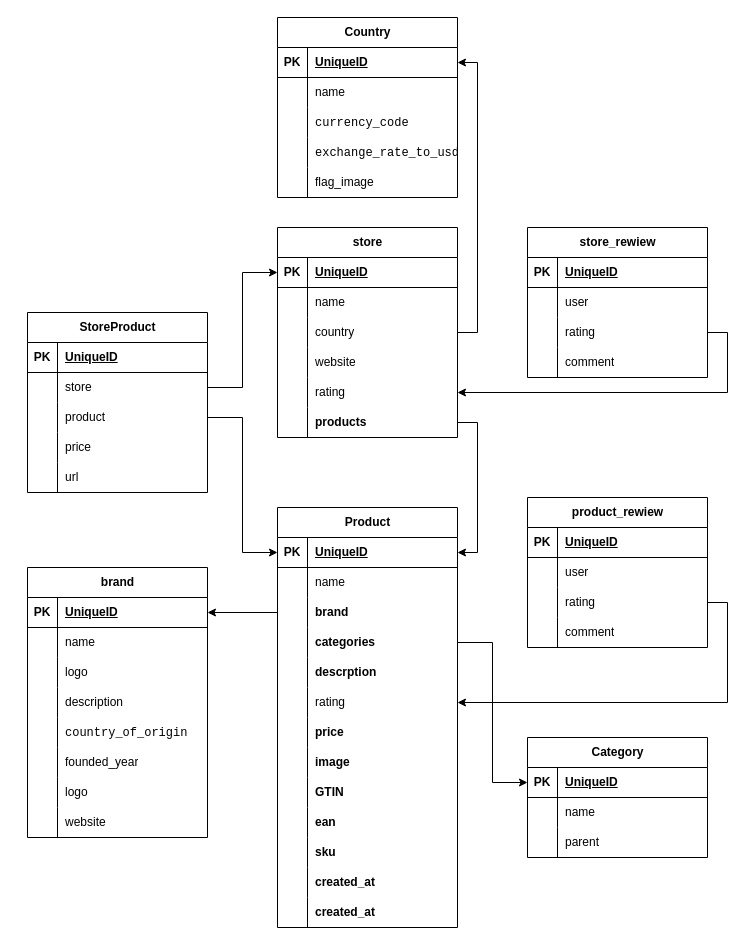
Earlier version of the draw.io diagram database_relationship.drawio (SpasiboVadya/work_with_files). Source tidied: cells renumbered, new cells numbered last; positions are measured from the earlier drawing's top-left corner, leaving out a move shared by most shapes. Both pictures are drawn from the tidied source at 100%, with x=0, y=0 at pixel (27, 17).
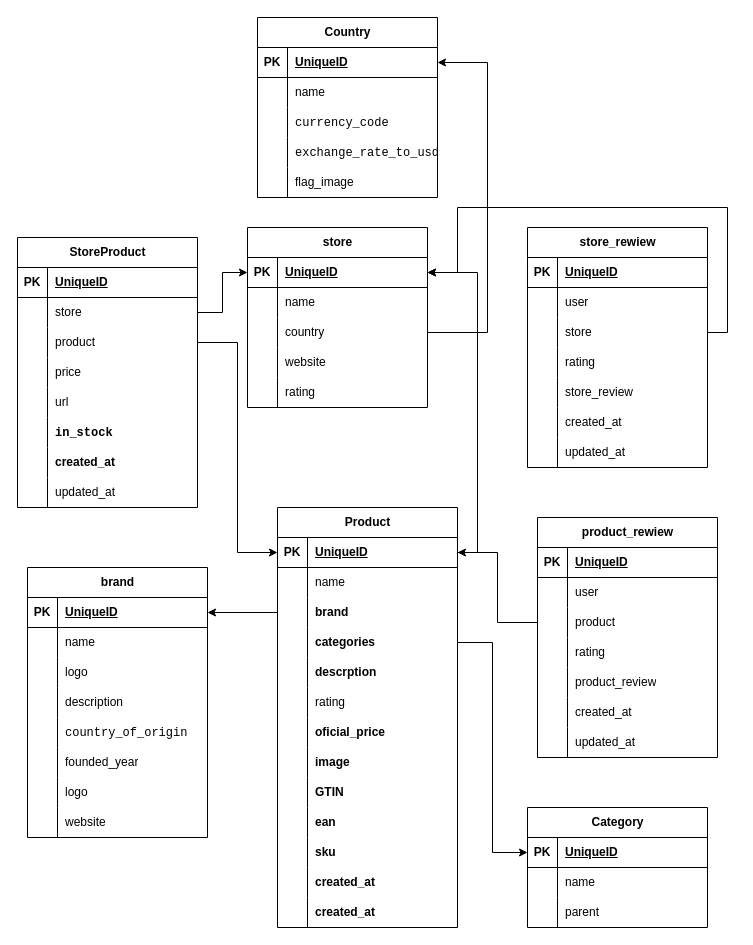
The same page after the edit.

Unchanged cells that the change refers to:
```xml
<mxCell id="3" style="shape=tableRow;horizontal=0;startSize=0;swimlaneHead=0;swimlaneBody=0;fillColor=none;points=[[0,0.5],[1,0.5]];portConstraint=eastwest;top=0;left=0;right=0;bottom=1;" parent="2" vertex="1">
  <mxGeometry y="30" width="180" height="30" as="geometry" />
</mxCell>
<mxCell id="18" style="shape=tableRow;horizontal=0;startSize=0;swimlaneHead=0;swimlaneBody=0;fillColor=none;points=[[0,0.5],[1,0.5]];portConstraint=eastwest;top=0;left=0;right=0;bottom=0;" parent="2" vertex="1">
  <mxGeometry y="180" width="180" height="30" as="geometry" />
</mxCell>
<mxCell id="21" style="shape=tableRow;horizontal=0;startSize=0;swimlaneHead=0;swimlaneBody=0;fillColor=none;top=0;left=0;right=0;bottom=0;" parent="2" vertex="1">
  <mxGeometry y="210" width="180" height="30" as="geometry" />
</mxCell>
<mxCell id="43" style="shape=tableRow;horizontal=0;startSize=0;swimlaneHead=0;swimlaneBody=0;fillColor=none;points=[[0,0.5],[1,0.5]];portConstraint=eastwest;top=0;left=0;right=0;bottom=1;" parent="42" vertex="1">
  <mxGeometry y="30" width="180" height="30" as="geometry" />
</mxCell>
<mxCell id="84" style="shape=tableRow;horizontal=0;startSize=0;swimlaneHead=0;swimlaneBody=0;fillColor=none;points=[[0,0.5],[1,0.5]];portConstraint=eastwest;top=0;left=0;right=0;bottom=1;" parent="83" vertex="1">
  <mxGeometry y="30" width="180" height="30" as="geometry" />
</mxCell>
<mxCell id="90" style="shape=tableRow;horizontal=0;startSize=0;swimlaneHead=0;swimlaneBody=0;fillColor=none;points=[[0,0.5],[1,0.5]];portConstraint=eastwest;top=0;left=0;right=0;bottom=0;" parent="83" vertex="1">
  <mxGeometry y="90" width="180" height="30" as="geometry" />
</mxCell>
<mxCell id="96" style="shape=tableRow;horizontal=0;startSize=0;swimlaneHead=0;swimlaneBody=0;fillColor=none;points=[[0,0.5],[1,0.5]];portConstraint=eastwest;top=0;left=0;right=0;bottom=0;" parent="83" vertex="1">
  <mxGeometry y="150" width="180" height="30" as="geometry" />
</mxCell>
<mxCell id="151" style="shape=tableRow;horizontal=0;startSize=0;swimlaneHead=0;swimlaneBody=0;fillColor=none;top=0;left=0;right=0;bottom=0;" parent="147" vertex="1">
  <mxGeometry y="60" width="180" height="30" as="geometry" />
</mxCell>
```

What changed in the source:
```diff
@@
-    <mxCell id="23" value="&lt;div style=&quot;text-align: center;&quot;&gt;&lt;span style=&quot;background-color: transparent; text-wrap-mode: nowrap;&quot;&gt;&lt;b&gt;price&amp;nbsp;&lt;/b&gt;&lt;/span&gt;&lt;/div&gt;" style="shape=partialRectangle;fillColor=none;top=0;left=0;bottom=0;right=0;align=left;spacingLeft=6;overflow=hidden;whiteSpace=wrap;html=1;" parent="21" vertex="1">
+    <mxCell id="23" value="&lt;div style=&quot;text-align: center;&quot;&gt;&lt;span style=&quot;background-color: transparent; text-wrap-mode: nowrap;&quot;&gt;&lt;b&gt;oficial_price&amp;nbsp;&lt;/b&gt;&lt;/span&gt;&lt;/div&gt;" style="shape=partialRectangle;fillColor=none;top=0;left=0;bottom=0;right=0;align=left;spacingLeft=6;overflow=hidden;whiteSpace=wrap;html=1;" parent="21" vertex="1">
       <mxGeometry x="30" width="150" height="30" as="geometry" />
     </mxCell>
@@
     <mxCell id="42" value="Country" style="shape=table;startSize=30;childLayout=tableLayout;rowLines=0;fontStyle=1;align=center;html=1;" parent="1" vertex="1">
-      <mxGeometry x="250" width="180" height="180" as="geometry" />
+      <mxGeometry x="230" width="180" height="180" as="geometry" />
     </mxCell>
@@
     <mxCell id="83" value="store" style="shape=table;startSize=30;childLayout=tableLayout;rowLines=0;fontStyle=1;align=center;html=1;" parent="1" vertex="1">
-      <mxGeometry x="250" y="210" width="180" height="210" as="geometry" />
+      <mxGeometry x="220" y="210" width="180" height="180" as="geometry" />
     </mxCell>
@@
-    <mxCell id="99" style="shape=tableRow;horizontal=0;startSize=0;swimlaneHead=0;swimlaneBody=0;fillColor=none;points=[[0,0.5],[1,0.5]];portConstraint=eastwest;top=0;left=0;right=0;bottom=0;" parent="83" vertex="1">
-      <mxGeometry y="180" width="180" height="30" as="geometry" />
-    </mxCell>
-    <mxCell id="100" style="shape=partialRectangle;fillColor=none;top=0;left=0;bottom=0;right=0;overflow=hidden;whiteSpace=wrap;html=1;" parent="99" vertex="1">
-      <mxGeometry width="30" height="30" as="geometry" />
-    </mxCell>
-    <mxCell id="101" value="&lt;span style=&quot;font-weight: 700; text-align: center; text-wrap-mode: nowrap;&quot;&gt;products&lt;/span&gt;" style="shape=partialRectangle;fillColor=none;top=0;left=0;bottom=0;right=0;align=left;spacingLeft=6;overflow=hidden;whiteSpace=wrap;html=1;" parent="99" vertex="1">
-      <mxGeometry x="30" width="150" height="30" as="geometry" />
-    </mxCell>
     <mxCell id="102" value="Category" style="shape=table;startSize=30;childLayout=tableLayout;rowLines=0;fontStyle=1;align=center;html=1;" parent="1" vertex="1">
-      <mxGeometry x="500" y="720" width="180" height="120" as="geometry" />
+      <mxGeometry x="500" y="790" width="180" height="120" as="geometry" />
     </mxCell>
@@
-    <mxCell id="112" style="edgeStyle=orthogonalEdgeStyle;rounded=0;jettySize=auto;html=1;exitX=1;exitY=0.5;exitDx=0;exitDy=0;entryX=1;entryY=0.5;entryDx=0;entryDy=0;" parent="1" edge="1" source="99" target="3">
-      <mxGeometry relative="1" as="geometry" />
-    </mxCell>
@@
     <mxCell id="115" value="StoreProduct" style="shape=table;startSize=30;childLayout=tableLayout;rowLines=0;fontStyle=1;align=center;html=1;" parent="1" vertex="1">
-      <mxGeometry y="295" width="180" height="180" as="geometry" />
+      <mxGeometry x="-10" y="220" width="180" height="270" as="geometry" />
     </mxCell>
@@
+    <mxCell id="162" style="shape=tableRow;horizontal=0;startSize=0;swimlaneHead=0;swimlaneBody=0;fillColor=none;top=0;left=0;right=0;bottom=0;" parent="115" vertex="1">
+      <mxGeometry y="150" width="180" height="30" as="geometry" />
+    </mxCell>
+    <mxCell id="163" style="shape=partialRectangle;fillColor=none;top=0;left=0;bottom=0;right=0;overflow=hidden;whiteSpace=wrap;html=1;" parent="162" vertex="1">
+      <mxGeometry width="30" height="30" as="geometry" />
+    </mxCell>
+    <mxCell id="164" value="url&amp;nbsp;" style="shape=partialRectangle;fillColor=none;top=0;left=0;bottom=0;right=0;align=left;spacingLeft=6;overflow=hidden;whiteSpace=wrap;html=1;" parent="162" vertex="1">
+      <mxGeometry x="30" width="150" height="30" as="geometry" />
+    </mxCell>
+    <mxCell id="165" style="shape=tableRow;horizontal=0;startSize=0;swimlaneHead=0;swimlaneBody=0;fillColor=none;top=0;left=0;right=0;bottom=0;" parent="115" vertex="1">
+      <mxGeometry y="180" width="180" height="30" as="geometry" />
+    </mxCell>
+    <mxCell id="166" style="shape=partialRectangle;fillColor=none;top=0;left=0;bottom=0;right=0;overflow=hidden;whiteSpace=wrap;html=1;" parent="165" vertex="1">
+      <mxGeometry width="30" height="30" as="geometry" />
+    </mxCell>
+    <mxCell id="167" value="&lt;strong&gt;&lt;code&gt;in_stock&lt;/code&gt;&lt;/strong&gt;" style="shape=partialRectangle;fillColor=none;top=0;left=0;bottom=0;right=0;align=left;spacingLeft=6;overflow=hidden;whiteSpace=wrap;html=1;" parent="165" vertex="1">
+      <mxGeometry x="30" width="150" height="30" as="geometry" />
+    </mxCell>
+    <mxCell id="168" style="shape=tableRow;horizontal=0;startSize=0;swimlaneHead=0;swimlaneBody=0;fillColor=none;top=0;left=0;right=0;bottom=0;" parent="115" vertex="1">
+      <mxGeometry y="210" width="180" height="30" as="geometry" />
+    </mxCell>
+    <mxCell id="169" style="shape=partialRectangle;fillColor=none;top=0;left=0;bottom=0;right=0;overflow=hidden;whiteSpace=wrap;html=1;" parent="168" vertex="1">
+      <mxGeometry width="30" height="30" as="geometry" />
+    </mxCell>
+    <mxCell id="170" value="&lt;b style=&quot;text-align: center; text-wrap-mode: nowrap;&quot;&gt;created_at&amp;nbsp;&lt;/b&gt;" style="shape=partialRectangle;fillColor=none;top=0;left=0;bottom=0;right=0;align=left;spacingLeft=6;overflow=hidden;whiteSpace=wrap;html=1;" parent="168" vertex="1">
+      <mxGeometry x="30" width="150" height="30" as="geometry" />
+    </mxCell>
     <mxCell id="128" style="shape=tableRow;horizontal=0;startSize=0;swimlaneHead=0;swimlaneBody=0;fillColor=none;top=0;left=0;right=0;bottom=0;" parent="115" vertex="1">
-      <mxGeometry y="150" width="180" height="30" as="geometry" />
+      <mxGeometry y="240" width="180" height="30" as="geometry" />
     </mxCell>
@@
-    <mxCell id="130" value="url&amp;nbsp;" style="shape=partialRectangle;fillColor=none;top=0;left=0;bottom=0;right=0;align=left;spacingLeft=6;overflow=hidden;whiteSpace=wrap;html=1;" parent="128" vertex="1">
+    <mxCell id="130" value="updated_at" style="shape=partialRectangle;fillColor=none;top=0;left=0;bottom=0;right=0;align=left;spacingLeft=6;overflow=hidden;whiteSpace=wrap;html=1;" parent="128" vertex="1">
       <mxGeometry x="30" width="150" height="30" as="geometry" />
     </mxCell>
@@
     <mxCell id="133" value="store_rewiew" style="shape=table;startSize=30;childLayout=tableLayout;rowLines=0;fontStyle=1;align=center;html=1;" parent="1" vertex="1">
-      <mxGeometry x="500" y="210" width="180" height="150" as="geometry" />
+      <mxGeometry x="500" y="210" width="180" height="240" as="geometry" />
     </mxCell>
@@
+    <mxCell id="171" style="shape=tableRow;horizontal=0;startSize=0;swimlaneHead=0;swimlaneBody=0;fillColor=none;points=[[0,0.5],[1,0.5]];portConstraint=eastwest;top=0;left=0;right=0;bottom=0;" parent="133" vertex="1">
+      <mxGeometry y="90" width="180" height="30" as="geometry" />
+    </mxCell>
+    <mxCell id="172" style="shape=partialRectangle;fillColor=none;top=0;left=0;bottom=0;right=0;overflow=hidden;whiteSpace=wrap;html=1;" parent="171" vertex="1">
+      <mxGeometry width="30" height="30" as="geometry" />
+    </mxCell>
+    <mxCell id="173" value="store&amp;nbsp;" style="shape=partialRectangle;fillColor=none;top=0;left=0;bottom=0;right=0;align=left;spacingLeft=6;overflow=hidden;whiteSpace=wrap;html=1;" parent="171" vertex="1">
+      <mxGeometry x="30" width="150" height="30" as="geometry" />
+    </mxCell>
+    <mxCell id="174" style="shape=tableRow;horizontal=0;startSize=0;swimlaneHead=0;swimlaneBody=0;fillColor=none;top=0;left=0;right=0;bottom=0;" parent="133" vertex="1">
+      <mxGeometry y="120" width="180" height="30" as="geometry" />
+    </mxCell>
+    <mxCell id="175" style="shape=partialRectangle;fillColor=none;top=0;left=0;bottom=0;right=0;overflow=hidden;whiteSpace=wrap;html=1;" parent="174" vertex="1">
+      <mxGeometry width="30" height="30" as="geometry" />
+    </mxCell>
+    <mxCell id="176" value="rating" style="shape=partialRectangle;fillColor=none;top=0;left=0;bottom=0;right=0;align=left;spacingLeft=6;overflow=hidden;whiteSpace=wrap;html=1;" parent="174" vertex="1">
+      <mxGeometry x="30" width="150" height="30" as="geometry" />
+    </mxCell>
     <mxCell id="140" style="shape=tableRow;horizontal=0;startSize=0;swimlaneHead=0;swimlaneBody=0;fillColor=none;points=[[0,0.5],[1,0.5]];portConstraint=eastwest;top=0;left=0;right=0;bottom=0;" parent="133" vertex="1">
-      <mxGeometry y="90" width="180" height="30" as="geometry" />
+      <mxGeometry y="150" width="180" height="30" as="geometry" />
     </mxCell>
@@
-    <mxCell id="142" value="rating" style="shape=partialRectangle;fillColor=none;top=0;left=0;bottom=0;right=0;align=left;spacingLeft=6;overflow=hidden;whiteSpace=wrap;html=1;" parent="140" vertex="1">
+    <mxCell id="142" value="store_review" style="shape=partialRectangle;fillColor=none;top=0;left=0;bottom=0;right=0;align=left;spacingLeft=6;overflow=hidden;whiteSpace=wrap;html=1;" parent="140" vertex="1">
       <mxGeometry x="30" width="150" height="30" as="geometry" />
     </mxCell>
     <mxCell id="143" style="shape=tableRow;horizontal=0;startSize=0;swimlaneHead=0;swimlaneBody=0;fillColor=none;top=0;left=0;right=0;bottom=0;" parent="133" vertex="1">
-      <mxGeometry y="120" width="180" height="30" as="geometry" />
+      <mxGeometry y="180" width="180" height="30" as="geometry" />
     </mxCell>
@@
-    <mxCell id="145" value="comment" style="shape=partialRectangle;fillColor=none;top=0;left=0;bottom=0;right=0;align=left;spacingLeft=6;overflow=hidden;whiteSpace=wrap;html=1;" parent="143" vertex="1">
+    <mxCell id="145" value="created_at&amp;nbsp;" style="shape=partialRectangle;fillColor=none;top=0;left=0;bottom=0;right=0;align=left;spacingLeft=6;overflow=hidden;whiteSpace=wrap;html=1;" parent="143" vertex="1">
       <mxGeometry x="30" width="150" height="30" as="geometry" />
     </mxCell>
-    <mxCell id="146" style="edgeStyle=orthogonalEdgeStyle;rounded=0;jettySize=auto;html=1;exitX=1;exitY=0.5;exitDx=0;exitDy=0;entryX=1;entryY=0.5;entryDx=0;entryDy=0;" parent="1" edge="1" source="140" target="96">
-      <mxGeometry relative="1" as="geometry" />
-    </mxCell>
+    <mxCell id="177" style="shape=tableRow;horizontal=0;startSize=0;swimlaneHead=0;swimlaneBody=0;fillColor=none;top=0;left=0;right=0;bottom=0;" parent="133" vertex="1">
+      <mxGeometry y="210" width="180" height="30" as="geometry" />
+    </mxCell>
+    <mxCell id="178" style="shape=partialRectangle;fillColor=none;top=0;left=0;bottom=0;right=0;overflow=hidden;whiteSpace=wrap;html=1;" parent="177" vertex="1">
+      <mxGeometry width="30" height="30" as="geometry" />
+    </mxCell>
+    <mxCell id="179" value="updated_at" style="shape=partialRectangle;fillColor=none;top=0;left=0;bottom=0;right=0;align=left;spacingLeft=6;overflow=hidden;whiteSpace=wrap;html=1;" parent="177" vertex="1">
+      <mxGeometry x="30" width="150" height="30" as="geometry" />
+    </mxCell>
+    <mxCell id="161" style="edgeStyle=orthogonalEdgeStyle;rounded=0;jettySize=auto;html=1;exitX=1;exitY=0.5;exitDx=0;exitDy=0;entryX=1;entryY=0.5;entryDx=0;entryDy=0;" parent="1" edge="1" source="90" target="43">
+      <mxGeometry relative="1" as="geometry">
+        <Array as="points">
+          <mxPoint x="460" y="315" />
+          <mxPoint x="460" y="45" />
+        </Array>
+      </mxGeometry>
+    </mxCell>
     <mxCell id="147" value="product_rewiew" style="shape=table;startSize=30;childLayout=tableLayout;rowLines=0;fontStyle=1;align=center;html=1;" parent="1" vertex="1">
-      <mxGeometry x="500" y="480" width="180" height="150" as="geometry" />
+      <mxGeometry x="510" y="500" width="180" height="240" as="geometry" />
     </mxCell>
@@
-    <mxCell id="152" style="shape=partialRectangle;fillColor=none;top=0;left=0;bottom=0;right=0;overflow=hidden;whiteSpace=wrap;html=1;" parent="151" vertex="1">
-      <mxGeometry width="30" height="30" as="geometry" />
-    </mxCell>
+    <mxCell id="180" style="shape=partialRectangle;fillColor=none;top=0;left=0;bottom=0;right=0;overflow=hidden;whiteSpace=wrap;html=1;" parent="151" vertex="1">
+      <mxGeometry width="30" height="30" as="geometry" />
+    </mxCell>
@@
-    <mxCell id="154" style="shape=tableRow;horizontal=0;startSize=0;swimlaneHead=0;swimlaneBody=0;fillColor=none;points=[[0,0.5],[1,0.5]];portConstraint=eastwest;top=0;left=0;right=0;bottom=0;" parent="147" vertex="1">
-      <mxGeometry y="90" width="180" height="30" as="geometry" />
-    </mxCell>
-    <mxCell id="155" style="shape=partialRectangle;fillColor=none;top=0;left=0;bottom=0;right=0;overflow=hidden;whiteSpace=wrap;html=1;" parent="154" vertex="1">
-      <mxGeometry width="30" height="30" as="geometry" />
-    </mxCell>
-    <mxCell id="156" value="rating" style="shape=partialRectangle;fillColor=none;top=0;left=0;bottom=0;right=0;align=left;spacingLeft=6;overflow=hidden;whiteSpace=wrap;html=1;" parent="154" vertex="1">
-      <mxGeometry x="30" width="150" height="30" as="geometry" />
-    </mxCell>
-    <mxCell id="157" style="shape=tableRow;horizontal=0;startSize=0;swimlaneHead=0;swimlaneBody=0;fillColor=none;top=0;left=0;right=0;bottom=0;" parent="147" vertex="1">
-      <mxGeometry y="120" width="180" height="30" as="geometry" />
-    </mxCell>
-    <mxCell id="158" style="shape=partialRectangle;fillColor=none;top=0;left=0;bottom=0;right=0;overflow=hidden;whiteSpace=wrap;html=1;" parent="157" vertex="1">
-      <mxGeometry width="30" height="30" as="geometry" />
-    </mxCell>
-    <mxCell id="159" value="comment" style="shape=partialRectangle;fillColor=none;top=0;left=0;bottom=0;right=0;align=left;spacingLeft=6;overflow=hidden;whiteSpace=wrap;html=1;" parent="157" vertex="1">
-      <mxGeometry x="30" width="150" height="30" as="geometry" />
-    </mxCell>
-    <mxCell id="160" style="edgeStyle=orthogonalEdgeStyle;rounded=0;jettySize=auto;html=1;exitX=1;exitY=0.5;exitDx=0;exitDy=0;" parent="1" edge="1" source="154" target="18">
-      <mxGeometry relative="1" as="geometry" />
-    </mxCell>
-    <mxCell id="161" style="edgeStyle=orthogonalEdgeStyle;rounded=0;jettySize=auto;html=1;exitX=1;exitY=0.5;exitDx=0;exitDy=0;entryX=1;entryY=0.5;entryDx=0;entryDy=0;" parent="1" edge="1" source="90" target="43">
-      <mxGeometry relative="1" as="geometry" />
-    </mxCell>
+    <mxCell id="181" style="shape=tableRow;horizontal=0;startSize=0;swimlaneHead=0;swimlaneBody=0;fillColor=none;points=[[0,0.5],[1,0.5]];portConstraint=eastwest;top=0;left=0;right=0;bottom=0;" parent="147" vertex="1">
+      <mxGeometry y="90" width="180" height="30" as="geometry" />
+    </mxCell>
+    <mxCell id="182" style="shape=partialRectangle;fillColor=none;top=0;left=0;bottom=0;right=0;overflow=hidden;whiteSpace=wrap;html=1;" parent="181" vertex="1">
+      <mxGeometry width="30" height="30" as="geometry" />
+    </mxCell>
+    <mxCell id="183" value="product&amp;nbsp;" style="shape=partialRectangle;fillColor=none;top=0;left=0;bottom=0;right=0;align=left;spacingLeft=6;overflow=hidden;whiteSpace=wrap;html=1;" parent="181" vertex="1">
+      <mxGeometry x="30" width="150" height="30" as="geometry" />
+    </mxCell>
+    <mxCell id="184" style="shape=tableRow;horizontal=0;startSize=0;swimlaneHead=0;swimlaneBody=0;fillColor=none;top=0;left=0;right=0;bottom=0;" parent="147" vertex="1">
+      <mxGeometry y="120" width="180" height="30" as="geometry" />
+    </mxCell>
+    <mxCell id="185" style="shape=partialRectangle;fillColor=none;top=0;left=0;bottom=0;right=0;overflow=hidden;whiteSpace=wrap;html=1;" parent="184" vertex="1">
+      <mxGeometry width="30" height="30" as="geometry" />
+    </mxCell>
+    <mxCell id="186" value="rating" style="shape=partialRectangle;fillColor=none;top=0;left=0;bottom=0;right=0;align=left;spacingLeft=6;overflow=hidden;whiteSpace=wrap;html=1;" parent="184" vertex="1">
+      <mxGeometry x="30" width="150" height="30" as="geometry" />
+    </mxCell>
+    <mxCell id="187" style="shape=tableRow;horizontal=0;startSize=0;swimlaneHead=0;swimlaneBody=0;fillColor=none;top=0;left=0;right=0;bottom=0;" parent="147" vertex="1">
+      <mxGeometry y="150" width="180" height="30" as="geometry" />
+    </mxCell>
+    <mxCell id="188" style="shape=partialRectangle;fillColor=none;top=0;left=0;bottom=0;right=0;overflow=hidden;whiteSpace=wrap;html=1;" parent="187" vertex="1">
+      <mxGeometry width="30" height="30" as="geometry" />
+    </mxCell>
+    <mxCell id="189" value="product_review" style="shape=partialRectangle;fillColor=none;top=0;left=0;bottom=0;right=0;align=left;spacingLeft=6;overflow=hidden;whiteSpace=wrap;html=1;" parent="187" vertex="1">
+      <mxGeometry x="30" width="150" height="30" as="geometry" />
+    </mxCell>
+    <mxCell id="190" style="shape=tableRow;horizontal=0;startSize=0;swimlaneHead=0;swimlaneBody=0;fillColor=none;top=0;left=0;right=0;bottom=0;" parent="147" vertex="1">
+      <mxGeometry y="180" width="180" height="30" as="geometry" />
+    </mxCell>
+    <mxCell id="191" style="shape=partialRectangle;fillColor=none;top=0;left=0;bottom=0;right=0;overflow=hidden;whiteSpace=wrap;html=1;" parent="190" vertex="1">
+      <mxGeometry width="30" height="30" as="geometry" />
+    </mxCell>
+    <mxCell id="192" value="created_at&amp;nbsp;" style="shape=partialRectangle;fillColor=none;top=0;left=0;bottom=0;right=0;align=left;spacingLeft=6;overflow=hidden;whiteSpace=wrap;html=1;" parent="190" vertex="1">
+      <mxGeometry x="30" width="150" height="30" as="geometry" />
+    </mxCell>
+    <mxCell id="193" style="shape=tableRow;horizontal=0;startSize=0;swimlaneHead=0;swimlaneBody=0;fillColor=none;top=0;left=0;right=0;bottom=0;" parent="147" vertex="1">
+      <mxGeometry y="210" width="180" height="30" as="geometry" />
+    </mxCell>
+    <mxCell id="194" style="shape=partialRectangle;fillColor=none;top=0;left=0;bottom=0;right=0;overflow=hidden;whiteSpace=wrap;html=1;" parent="193" vertex="1">
+      <mxGeometry width="30" height="30" as="geometry" />
+    </mxCell>
+    <mxCell id="195" value="updated_at" style="shape=partialRectangle;fillColor=none;top=0;left=0;bottom=0;right=0;align=left;spacingLeft=6;overflow=hidden;whiteSpace=wrap;html=1;" parent="193" vertex="1">
+      <mxGeometry x="30" width="150" height="30" as="geometry" />
+    </mxCell>
+    <mxCell id="196" style="edgeStyle=orthogonalEdgeStyle;rounded=0;jettySize=auto;html=1;exitX=1;exitY=0.5;exitDx=0;exitDy=0;entryX=1;entryY=0.5;entryDx=0;entryDy=0;" parent="1" edge="1" source="171" target="84">
+      <mxGeometry relative="1" as="geometry">
+        <Array as="points">
+          <mxPoint x="700" y="315" />
+          <mxPoint x="700" y="190" />
+          <mxPoint x="430" y="190" />
+        </Array>
+      </mxGeometry>
+    </mxCell>
+    <mxCell id="197" style="edgeStyle=orthogonalEdgeStyle;rounded=0;jettySize=auto;html=1;entryX=1;entryY=0.5;entryDx=0;entryDy=0;" parent="1" edge="1" source="181" target="3">
+      <mxGeometry relative="1" as="geometry" />
+    </mxCell>
+    <mxCell id="198" style="edgeStyle=orthogonalEdgeStyle;rounded=0;jettySize=auto;html=1;" parent="1" edge="1" source="3" target="84">
+      <mxGeometry relative="1" as="geometry">
+        <Array as="points">
+          <mxPoint x="450" y="535" />
+          <mxPoint x="450" y="255" />
+        </Array>
+      </mxGeometry>
+    </mxCell>
```
